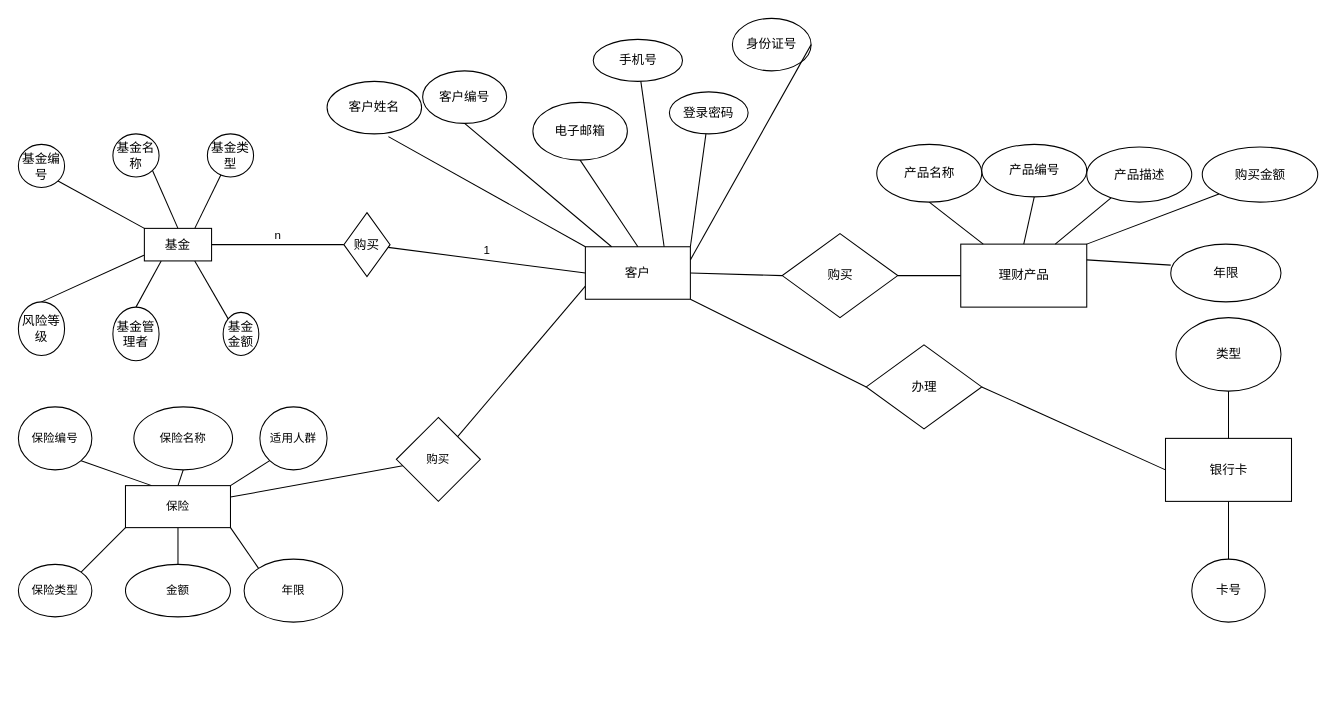
This is 未命名绘图.drawio from ov0-0vo/E-R, a draw.io file, before an edit. Source tidied: cells renumbered, new cells numbered last; positions are measured from the earlier drawing's top-left corner, leaving out a move shared by most shapes. Both pictures are drawn from the tidied source at 105%, with x=0, y=0 at pixel (18, 18).
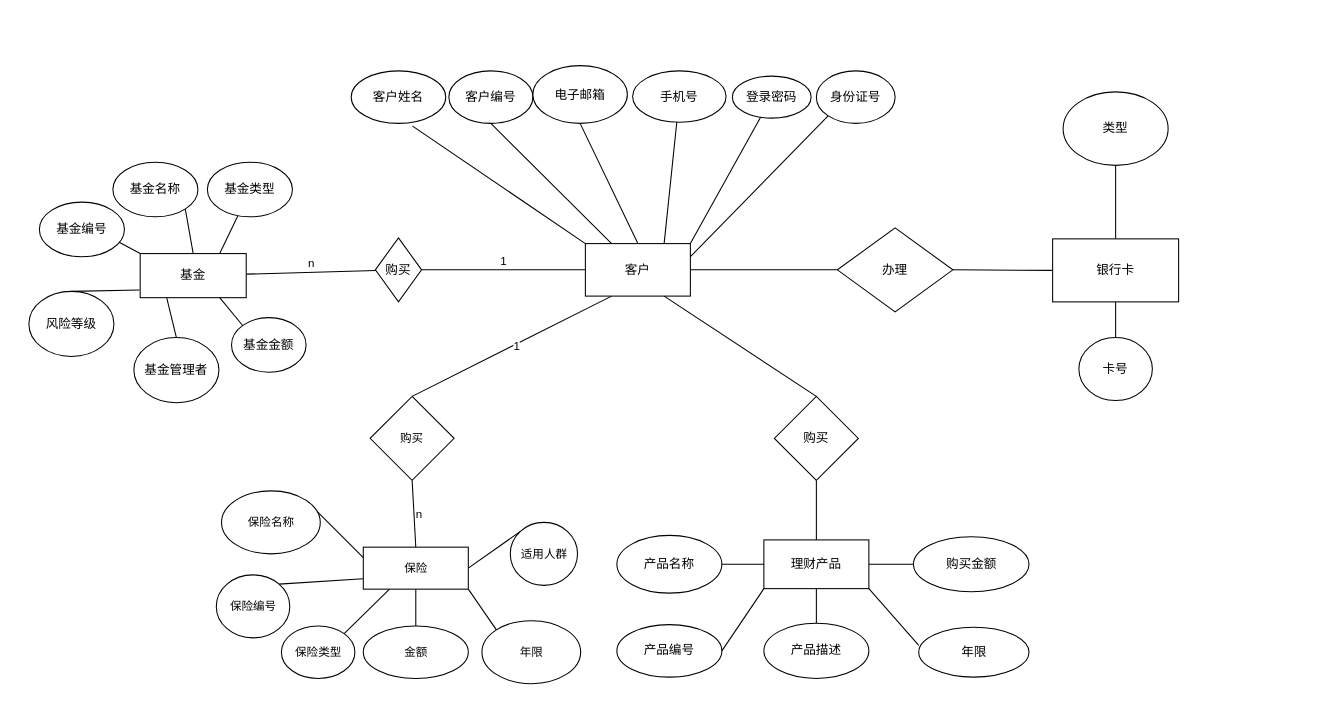
After the change.

Commit message (it also covers changes not shown here):
更新未命名绘图.drawio

What changed in the source:
```diff
@@
-    <mxCell id="6" style="edgeStyle=none;shape=connector;rounded=1;jettySize=auto;html=1;exitX=0;exitY=0;exitDx=0;exitDy=0;entryX=1;entryY=1;entryDx=0;entryDy=0;labelBackgroundColor=default;fontFamily=Helvetica;fontSize=11;fontColor=default;endArrow=none;endFill=0;strokeColor=default;" parent="1" edge="1" source="8" target="9">
-      <mxGeometry relative="1" as="geometry" />
+    <mxCell id="6" style="edgeStyle=none;shape=connector;rounded=1;jettySize=auto;html=1;exitX=0;exitY=0;exitDx=0;exitDy=0;entryX=1;entryY=1;entryDx=0;entryDy=0;labelBackgroundColor=default;fontFamily=Helvetica;fontSize=11;fontColor=default;endArrow=none;endFill=0;strokeColor=default;" parent="1" edge="1" source="8">
+      <mxGeometry relative="1" as="geometry">
+        <mxPoint x="37.5" y="182" as="targetPoint" />
+      </mxGeometry>
     </mxCell>
@@
     <mxCell id="8" value="基金" style="rounded=0;whiteSpace=wrap;html=1;" parent="1" vertex="1">
-      <mxGeometry x="120" y="200" width="64" height="31" as="geometry" />
+      <mxGeometry x="116" y="224" width="101" height="42" as="geometry" />
     </mxCell>
     <mxCell id="9" value="基金编号" style="ellipse;whiteSpace=wrap;html=1;" parent="1" vertex="1">
-      <mxGeometry y="120" width="44" height="41" as="geometry" />
+      <mxGeometry x="20" y="175" width="81" height="52" as="geometry" />
     </mxCell>
     <mxCell id="10" value="基金金额" style="ellipse;whiteSpace=wrap;html=1;" parent="1" vertex="1">
-      <mxGeometry x="195" y="280" width="34" height="41" as="geometry" />
+      <mxGeometry x="203" y="285" width="71" height="52" as="geometry" />
     </mxCell>
     <mxCell id="11" value="基金管理者" style="ellipse;whiteSpace=wrap;html=1;" parent="1" vertex="1">
-      <mxGeometry x="90" y="275" width="44" height="51" as="geometry" />
+      <mxGeometry x="110" y="304" width="81" height="62" as="geometry" />
     </mxCell>
     <mxCell id="12" value="风险等级" style="ellipse;whiteSpace=wrap;html=1;" parent="1" vertex="1">
-      <mxGeometry y="270" width="44" height="51" as="geometry" />
+      <mxGeometry x="10" y="260" width="81" height="62" as="geometry" />
     </mxCell>
     <mxCell id="13" value="基金类型" style="ellipse;whiteSpace=wrap;html=1;" parent="1" vertex="1">
-      <mxGeometry x="180" y="110" width="44" height="41" as="geometry" />
+      <mxGeometry x="180" y="137" width="81" height="52" as="geometry" />
     </mxCell>
     <mxCell id="14" value="基金名称" style="ellipse;whiteSpace=wrap;html=1;" parent="1" vertex="1">
-      <mxGeometry x="90" y="110" width="44" height="41" as="geometry" />
+      <mxGeometry x="90" y="137" width="81" height="52" as="geometry" />
     </mxCell>
@@
     <mxCell id="17" value="购买" style="rhombus;whiteSpace=wrap;html=1;rounded=0;" parent="1" vertex="1">
-      <mxGeometry x="310" y="185" width="44" height="61" as="geometry" />
+      <mxGeometry x="340" y="209" width="44" height="61" as="geometry" />
     </mxCell>
-    <mxCell id="18" style="edgeStyle=none;shape=connector;rounded=1;jettySize=auto;html=1;exitX=0.5;exitY=0;exitDx=0;exitDy=0;entryX=0.5;entryY=1;entryDx=0;entryDy=0;labelBackgroundColor=default;labelBorderColor=none;fontFamily=Helvetica;fontSize=11;fontColor=default;endArrow=none;endFill=0;strokeColor=default;" parent="1" edge="1" source="25" target="30">
+    <mxCell id="18" value="n" style="edgeStyle=none;shape=connector;rounded=1;jettySize=auto;html=1;exitX=0.5;exitY=0;exitDx=0;exitDy=0;labelBackgroundColor=default;labelBorderColor=none;fontFamily=Helvetica;fontSize=11;fontColor=default;endArrow=none;endFill=0;strokeColor=default;entryX=0.5;entryY=1;entryDx=0;entryDy=0;labelPosition=right;verticalLabelPosition=middle;align=left;verticalAlign=middle;spacingRight=10;" parent="1" edge="1" source="25" target="33">
       <mxGeometry relative="1" as="geometry" />
     </mxCell>
-    <mxCell id="19" style="edgeStyle=none;shape=connector;rounded=1;jettySize=auto;html=1;exitX=0.25;exitY=0;exitDx=0;exitDy=0;entryX=1;entryY=1;entryDx=0;entryDy=0;labelBackgroundColor=default;labelBorderColor=none;fontFamily=Helvetica;fontSize=11;fontColor=default;endArrow=none;endFill=0;strokeColor=default;" parent="1" edge="1" source="25" target="31">
+    <mxCell id="19" style="edgeStyle=none;shape=connector;rounded=1;jettySize=auto;html=1;exitX=0;exitY=0.75;exitDx=0;exitDy=0;entryX=1;entryY=0;entryDx=0;entryDy=0;labelBackgroundColor=default;labelBorderColor=none;fontFamily=Helvetica;fontSize=11;fontColor=default;endArrow=none;endFill=0;strokeColor=default;" parent="1" edge="1" source="25" target="31">
       <mxGeometry relative="1" as="geometry" />
     </mxCell>
-    <mxCell id="20" style="edgeStyle=none;shape=connector;rounded=1;jettySize=auto;html=1;exitX=1;exitY=0;exitDx=0;exitDy=0;entryX=0;entryY=1;entryDx=0;entryDy=0;labelBackgroundColor=default;labelBorderColor=none;fontFamily=Helvetica;fontSize=11;fontColor=default;endArrow=none;endFill=0;strokeColor=default;" parent="1" edge="1" source="25" target="29">
-      <mxGeometry relative="1" as="geometry" />
-    </mxCell>
@@
-    <mxCell id="23" style="edgeStyle=none;shape=connector;rounded=1;jettySize=auto;html=1;exitX=0;exitY=1;exitDx=0;exitDy=0;entryX=1;entryY=0;entryDx=0;entryDy=0;labelBackgroundColor=default;labelBorderColor=none;fontFamily=Helvetica;fontSize=11;fontColor=default;endArrow=none;endFill=0;strokeColor=default;" parent="1" edge="1" source="25" target="28">
+    <mxCell id="23" style="edgeStyle=none;shape=connector;rounded=1;jettySize=auto;html=1;exitX=0.25;exitY=1;exitDx=0;exitDy=0;entryX=0;entryY=1;entryDx=0;entryDy=0;labelBackgroundColor=default;labelBorderColor=none;fontFamily=Helvetica;fontSize=11;fontColor=default;endArrow=none;endFill=0;strokeColor=default;" parent="1" edge="1" source="25" target="28">
       <mxGeometry relative="1" as="geometry" />
     </mxCell>
-    <mxCell id="24" style="edgeStyle=none;shape=connector;rounded=1;jettySize=auto;html=1;labelBackgroundColor=default;labelBorderColor=none;fontFamily=Helvetica;fontSize=11;fontColor=default;endArrow=none;endFill=0;strokeColor=default;" parent="1" edge="1" source="25" target="33">
-      <mxGeometry relative="1" as="geometry" />
-    </mxCell>
-    <mxCell id="25" value="保险" style="rounded=0;whiteSpace=wrap;html=1;fontFamily=Helvetica;fontSize=11;fontColor=default;" parent="1" vertex="1">
-      <mxGeometry x="102" y="445" width="100" height="40" as="geometry" />
+    <mxCell id="25" value="保险" style="rounded=0;whiteSpace=wrap;html=1;fontFamily=Helvetica;fontSize=11;fontColor=default;flipH=1;" parent="1" vertex="1">
+      <mxGeometry x="328.5" y="503.6" width="100" height="40" as="geometry" />
     </mxCell>
     <mxCell id="26" value="年限" style="ellipse;whiteSpace=wrap;html=1;fontFamily=Helvetica;fontSize=11;fontColor=default;" parent="1" vertex="1">
-      <mxGeometry x="215" y="515" width="94" height="60" as="geometry" />
+      <mxGeometry x="441.5" y="573.6" width="94" height="60" as="geometry" />
     </mxCell>
     <mxCell id="27" value="金额" style="ellipse;whiteSpace=wrap;html=1;fontFamily=Helvetica;fontSize=11;fontColor=default;" parent="1" vertex="1">
-      <mxGeometry x="102" y="520" width="100" height="50" as="geometry" />
+      <mxGeometry x="328.5" y="578.6" width="100" height="50" as="geometry" />
     </mxCell>
-    <mxCell id="28" value="保险类型" style="ellipse;whiteSpace=wrap;html=1;fontFamily=Helvetica;fontSize=11;fontColor=default;" parent="1" vertex="1">
-      <mxGeometry y="520" width="70" height="50" as="geometry" />
+    <mxCell id="28" value="保险类型" style="ellipse;whiteSpace=wrap;html=1;fontFamily=Helvetica;fontSize=11;fontColor=default;direction=west;" parent="1" vertex="1">
+      <mxGeometry x="250.5" y="578.6" width="70" height="50" as="geometry" />
     </mxCell>
+    <mxCell id="69" style="edgeStyle=none;shape=connector;rounded=1;jettySize=auto;html=1;exitX=0;exitY=0;exitDx=0;exitDy=0;entryX=1;entryY=0.5;entryDx=0;entryDy=0;labelBackgroundColor=default;labelBorderColor=none;fontFamily=Helvetica;fontSize=11;fontColor=default;endArrow=none;endFill=0;strokeColor=default;" parent="1" edge="1" source="29" target="25">
+      <mxGeometry relative="1" as="geometry" />
+    </mxCell>
     <mxCell id="29" value="适用人群" style="ellipse;whiteSpace=wrap;html=1;fontFamily=Helvetica;fontSize=11;fontColor=default;" parent="1" vertex="1">
-      <mxGeometry x="230" y="370" width="64" height="60" as="geometry" />
+      <mxGeometry x="468.5" y="480" width="64" height="60" as="geometry" />
     </mxCell>
+    <mxCell id="70" style="edgeStyle=none;shape=connector;rounded=1;jettySize=auto;html=1;exitX=1;exitY=0;exitDx=0;exitDy=0;entryX=0;entryY=0.25;entryDx=0;entryDy=0;labelBackgroundColor=default;labelBorderColor=none;fontFamily=Helvetica;fontSize=11;fontColor=default;endArrow=none;endFill=0;strokeColor=default;" parent="1" edge="1" source="30" target="25">
+      <mxGeometry relative="1" as="geometry" />
+    </mxCell>
     <mxCell id="30" value="保险名称" style="ellipse;whiteSpace=wrap;html=1;fontFamily=Helvetica;fontSize=11;fontColor=default;" parent="1" vertex="1">
-      <mxGeometry x="110" y="370" width="94" height="60" as="geometry" />
+      <mxGeometry x="193.5" y="450" width="94" height="60" as="geometry" />
     </mxCell>
     <mxCell id="31" value="保险编号" style="ellipse;whiteSpace=wrap;html=1;fontFamily=Helvetica;fontSize=11;fontColor=default;" parent="1" vertex="1">
-      <mxGeometry y="370" width="70" height="60" as="geometry" />
+      <mxGeometry x="188.5" y="530" width="70" height="60" as="geometry" />
     </mxCell>
-    <mxCell id="32" style="edgeStyle=none;shape=connector;rounded=1;jettySize=auto;html=1;entryX=0;entryY=0.75;entryDx=0;entryDy=0;labelBackgroundColor=default;labelBorderColor=none;fontFamily=Helvetica;fontSize=11;fontColor=default;endArrow=none;endFill=0;strokeColor=default;" parent="1" edge="1" source="33" target="35">
+    <mxCell id="32" value="&lt;p style=&quot;line-height: 0.6;&quot;&gt;1&lt;/p&gt;" style="edgeStyle=none;shape=connector;rounded=1;jettySize=auto;html=1;entryX=0.25;entryY=1;entryDx=0;entryDy=0;labelBackgroundColor=default;labelBorderColor=none;fontFamily=Helvetica;fontSize=11;fontColor=default;endArrow=none;endFill=0;strokeColor=default;align=left;labelPosition=right;verticalLabelPosition=middle;verticalAlign=middle;exitX=0.5;exitY=0;exitDx=0;exitDy=0;" parent="1" edge="1" source="33" target="35">
       <mxGeometry relative="1" as="geometry" />
     </mxCell>
     <mxCell id="33" value="购买" style="rhombus;whiteSpace=wrap;html=1;fontSize=11;rounded=0;" parent="1" vertex="1">
-      <mxGeometry x="360" y="380" width="80" height="80" as="geometry" />
+      <mxGeometry x="335" y="360" width="80" height="80" as="geometry" />
     </mxCell>
-    <mxCell id="34" style="edgeStyle=none;shape=connector;rounded=1;jettySize=auto;html=1;exitX=1;exitY=1;exitDx=0;exitDy=0;entryX=0;entryY=0.5;entryDx=0;entryDy=0;labelBackgroundColor=default;labelBorderColor=none;fontFamily=Helvetica;fontSize=11;fontColor=default;endArrow=none;endFill=0;strokeColor=default;" parent="1" edge="1" source="35" target="68">
+    <mxCell id="34" style="edgeStyle=none;shape=connector;rounded=1;jettySize=auto;html=1;exitX=1;exitY=0.5;exitDx=0;exitDy=0;entryX=0;entryY=0.5;entryDx=0;entryDy=0;labelBackgroundColor=default;labelBorderColor=none;fontFamily=Helvetica;fontSize=11;fontColor=default;endArrow=none;endFill=0;strokeColor=default;" parent="1" edge="1" source="35" target="68">
       <mxGeometry relative="1" as="geometry" />
     </mxCell>
     <mxCell id="35" value="客户" style="rounded=0;whiteSpace=wrap;html=1;" parent="1" vertex="1">
-      <mxGeometry x="540" y="217.5" width="100" height="50" as="geometry" />
+      <mxGeometry x="540" y="214.5" width="100" height="50" as="geometry" />
     </mxCell>
     <mxCell id="36" value="客户姓名" style="ellipse;whiteSpace=wrap;html=1;" parent="1" vertex="1">
-      <mxGeometry x="294" y="60" width="90" height="50" as="geometry" />
+      <mxGeometry x="317" y="50" width="90" height="50" as="geometry" />
     </mxCell>
     <mxCell id="37" value="身份证号" style="ellipse;whiteSpace=wrap;html=1;" parent="1" vertex="1">
-      <mxGeometry x="680" width="75" height="50" as="geometry" />
+      <mxGeometry x="760" y="50" width="75" height="50" as="geometry" />
     </mxCell>
     <mxCell id="38" value="客户编号" style="ellipse;whiteSpace=wrap;html=1;" parent="1" vertex="1">
-      <mxGeometry x="385" y="50" width="80" height="50" as="geometry" />
+      <mxGeometry x="410" y="50" width="80" height="50" as="geometry" />
     </mxCell>
@@
     <mxCell id="40" value="手机号" style="ellipse;whiteSpace=wrap;html=1;" parent="1" vertex="1">
-      <mxGeometry x="547.5" y="20" width="85" height="40" as="geometry" />
+      <mxGeometry x="585" y="50" width="89" height="49" as="geometry" />
     </mxCell>
     <mxCell id="41" value="电子邮箱" style="ellipse;whiteSpace=wrap;html=1;" parent="1" vertex="1">
-      <mxGeometry x="490" y="80" width="90" height="55" as="geometry" />
+      <mxGeometry x="490" y="45" width="90" height="55" as="geometry" />
     </mxCell>
     <mxCell id="42" value="登录密码" style="ellipse;whiteSpace=wrap;html=1;" parent="1" vertex="1">
-      <mxGeometry x="620" y="70" width="75" height="40" as="geometry" />
+      <mxGeometry x="680" y="55" width="75" height="40" as="geometry" />
     </mxCell>
-    <mxCell id="43" value="理财产品" style="rounded=0;whiteSpace=wrap;html=1;" parent="1" vertex="1">
-      <mxGeometry x="897.5" y="215" width="120" height="60" as="geometry" />
+    <mxCell id="43" value="理财产品" style="rounded=0;whiteSpace=wrap;html=1;direction=west;flipV=0;" parent="1" vertex="1">
+      <mxGeometry x="710" y="496.7" width="100" height="46.4" as="geometry" />
     </mxCell>
-    <mxCell id="44" value="购买" style="rhombus;whiteSpace=wrap;html=1;" parent="1" vertex="1">
-      <mxGeometry x="727.5" y="205" width="110" height="80" as="geometry" />
+    <mxCell id="44" value="购买" style="rhombus;whiteSpace=wrap;html=1;direction=west;flipV=0;" parent="1" vertex="1">
+      <mxGeometry x="720" y="360" width="80" height="80" as="geometry" />
     </mxCell>
@@
-    <mxCell id="47" style="endArrow=none;html=1;rounded=0;entryX=1;entryY=0.25;entryDx=0;entryDy=0;exitX=1;exitY=0.5;exitDx=0;exitDy=0;" parent="1" edge="1" source="37" target="35">
+    <mxCell id="47" style="endArrow=none;html=1;rounded=0;entryX=1;entryY=0.25;entryDx=0;entryDy=0;exitX=0;exitY=1;exitDx=0;exitDy=0;" parent="1" edge="1" source="37" target="35">
       <mxGeometry relative="1" as="geometry" />
     </mxCell>
@@
-    <mxCell id="50" value="产品编号" style="ellipse;whiteSpace=wrap;html=1;" parent="1" vertex="1">
-      <mxGeometry x="917.5" y="120" width="100" height="50" as="geometry" />
+    <mxCell id="50" value="产品编号" style="ellipse;whiteSpace=wrap;html=1;direction=west;flipV=0;" parent="1" vertex="1">
+      <mxGeometry x="570" y="577.4" width="100" height="50" as="geometry" />
     </mxCell>
-    <mxCell id="51" value="产品名称" style="ellipse;whiteSpace=wrap;html=1;" parent="1" vertex="1">
-      <mxGeometry x="817.5" y="120" width="100" height="55" as="geometry" />
+    <mxCell id="51" value="产品名称" style="ellipse;whiteSpace=wrap;html=1;direction=west;flipV=0;" parent="1" vertex="1">
+      <mxGeometry x="570" y="492.4" width="100" height="55" as="geometry" />
     </mxCell>
-    <mxCell id="52" value="产品描述" style="ellipse;whiteSpace=wrap;html=1;" parent="1" vertex="1">
-      <mxGeometry x="1017.5" y="122.5" width="100" height="52.5" as="geometry" />
+    <mxCell id="52" value="产品描述" style="ellipse;whiteSpace=wrap;html=1;direction=west;flipV=0;" parent="1" vertex="1">
+      <mxGeometry x="710" y="576.1" width="100" height="52.5" as="geometry" />
     </mxCell>
-    <mxCell id="53" value="购买金额" style="ellipse;whiteSpace=wrap;html=1;" parent="1" vertex="1">
-      <mxGeometry x="1127.5" y="122.5" width="110" height="52.5" as="geometry" />
+    <mxCell id="53" value="购买金额" style="ellipse;whiteSpace=wrap;html=1;direction=east;flipV=0;" parent="1" vertex="1">
+      <mxGeometry x="852.5" y="493.6" width="110" height="52.5" as="geometry" />
     </mxCell>
-    <mxCell id="54" value="年限" style="ellipse;whiteSpace=wrap;html=1;" parent="1" vertex="1">
-      <mxGeometry x="1097.5" y="215" width="105" height="55" as="geometry" />
+    <mxCell id="54" value="年限" style="ellipse;whiteSpace=wrap;html=1;direction=east;flipV=0;" parent="1" vertex="1">
+      <mxGeometry x="857.5" y="579.9" width="105" height="47.5" as="geometry" />
     </mxCell>
-    <mxCell id="55" style="endArrow=none;html=1;rounded=0;entryX=1;entryY=0.5;entryDx=0;entryDy=0;exitX=0;exitY=0.5;exitDx=0;exitDy=0;" parent="1" edge="1" source="44" target="35">
+    <mxCell id="55" style="endArrow=none;html=1;rounded=0;entryX=0.75;entryY=1;entryDx=0;entryDy=0;exitX=0.5;exitY=1;exitDx=0;exitDy=0;" parent="1" edge="1" source="44" target="35">
       <mxGeometry relative="1" as="geometry" />
     </mxCell>
-    <mxCell id="56" style="endArrow=none;html=1;rounded=0;exitX=1;exitY=0.5;exitDx=0;exitDy=0;entryX=0;entryY=0.5;entryDx=0;entryDy=0;" parent="1" edge="1" source="44" target="43">
+    <mxCell id="56" style="endArrow=none;html=1;rounded=0;exitX=0.5;exitY=0;exitDx=0;exitDy=0;entryX=0.5;entryY=1;entryDx=0;entryDy=0;" parent="1" edge="1" source="44" target="43">
       <mxGeometry relative="1" as="geometry" />
     </mxCell>
-    <mxCell id="57" style="endArrow=none;html=1;rounded=0;exitX=1;exitY=0.25;exitDx=0;exitDy=0;entryX=0;entryY=0.364;entryDx=0;entryDy=0;entryPerimeter=0;" parent="1" edge="1" source="43" target="54">
+    <mxCell id="57" style="endArrow=none;html=1;rounded=0;exitX=0;exitY=0;exitDx=0;exitDy=0;entryX=0;entryY=0.364;entryDx=0;entryDy=0;entryPerimeter=0;" parent="1" edge="1" source="43" target="54">
       <mxGeometry relative="1" as="geometry" />
     </mxCell>
-    <mxCell id="58" style="endArrow=none;html=1;rounded=0;entryX=0.5;entryY=1;entryDx=0;entryDy=0;" parent="1" edge="1" source="43" target="51">
+    <mxCell id="58" style="endArrow=none;html=1;rounded=0;entryX=0;entryY=0.5;entryDx=0;entryDy=0;exitX=1;exitY=0.5;exitDx=0;exitDy=0;" parent="1" edge="1" source="43" target="51">
       <mxGeometry relative="1" as="geometry" />
     </mxCell>
-    <mxCell id="59" style="endArrow=none;html=1;rounded=0;entryX=0.5;entryY=1;entryDx=0;entryDy=0;exitX=0.5;exitY=0;exitDx=0;exitDy=0;" parent="1" edge="1" source="43" target="50">
+    <mxCell id="59" style="endArrow=none;html=1;rounded=0;entryX=0;entryY=0.5;entryDx=0;entryDy=0;exitX=1;exitY=0;exitDx=0;exitDy=0;" parent="1" edge="1" source="43" target="50">
       <mxGeometry relative="1" as="geometry" />
     </mxCell>
-    <mxCell id="60" style="endArrow=none;html=1;rounded=0;exitX=0.75;exitY=0;exitDx=0;exitDy=0;" parent="1" edge="1" source="43" target="52">
+    <mxCell id="60" style="endArrow=none;html=1;rounded=0;exitX=0.5;exitY=0;exitDx=0;exitDy=0;" parent="1" edge="1" source="43" target="52">
       <mxGeometry relative="1" as="geometry" />
     </mxCell>
-    <mxCell id="61" style="endArrow=none;html=1;rounded=0;entryX=0;entryY=1;entryDx=0;entryDy=0;exitX=1;exitY=0;exitDx=0;exitDy=0;" parent="1" edge="1" source="43" target="53">
+    <mxCell id="61" style="endArrow=none;html=1;rounded=0;entryX=0;entryY=0.5;entryDx=0;entryDy=0;exitX=0;exitY=0.5;exitDx=0;exitDy=0;" parent="1" edge="1" source="43" target="53">
       <mxGeometry relative="1" as="geometry" />
     </mxCell>
@@
     <mxCell id="63" value="银行卡" style="rounded=0;whiteSpace=wrap;html=1;" parent="1" vertex="1">
-      <mxGeometry x="1092.5" y="400" width="120" height="60" as="geometry" />
+      <mxGeometry x="985" y="210" width="120" height="60" as="geometry" />
     </mxCell>
-    <mxCell id="64" style="edgeStyle=none;shape=connector;rounded=1;jettySize=auto;html=1;labelBackgroundColor=default;labelBorderColor=none;fontFamily=Helvetica;fontSize=11;fontColor=default;endArrow=none;endFill=0;strokeColor=default;" parent="1" edge="1" source="65" target="63">
+    <mxCell id="64" style="edgeStyle=none;shape=connector;rounded=1;jettySize=auto;html=1;labelBackgroundColor=default;labelBorderColor=none;fontFamily=Helvetica;fontSize=11;fontColor=default;endArrow=none;endFill=0;strokeColor=default;exitX=0.5;exitY=1;exitDx=0;exitDy=0;" parent="1" edge="1" source="65" target="63">
       <mxGeometry relative="1" as="geometry" />
     </mxCell>
     <mxCell id="65" value="类型" style="ellipse;whiteSpace=wrap;html=1;" parent="1" vertex="1">
-      <mxGeometry x="1102.5" y="285" width="100" height="70" as="geometry" />
+      <mxGeometry x="995" y="70" width="100" height="70" as="geometry" />
     </mxCell>
     <mxCell id="66" value="卡号" style="ellipse;whiteSpace=wrap;html=1;" parent="1" vertex="1">
-      <mxGeometry x="1117.5" y="515" width="70" height="60" as="geometry" />
+      <mxGeometry x="1010" y="304" width="70" height="60" as="geometry" />
     </mxCell>
@@
     <mxCell id="68" value="办理" style="rhombus;whiteSpace=wrap;html=1;" parent="1" vertex="1">
-      <mxGeometry x="807.5" y="311" width="110" height="80" as="geometry" />
+      <mxGeometry x="780" y="199.5" width="110" height="80" as="geometry" />
     </mxCell>
+    <mxCell id="71" style="edgeStyle=none;shape=connector;rounded=1;orthogonalLoop=1;jettySize=auto;html=1;exitX=0;exitY=0;exitDx=0;exitDy=0;labelBackgroundColor=default;labelBorderColor=none;fontFamily=Helvetica;fontSize=11;fontColor=default;endArrow=none;endFill=0;strokeColor=default;" parent="1" edge="1" source="68" target="68">
+      <mxGeometry relative="1" as="geometry" />
+    </mxCell>
```
